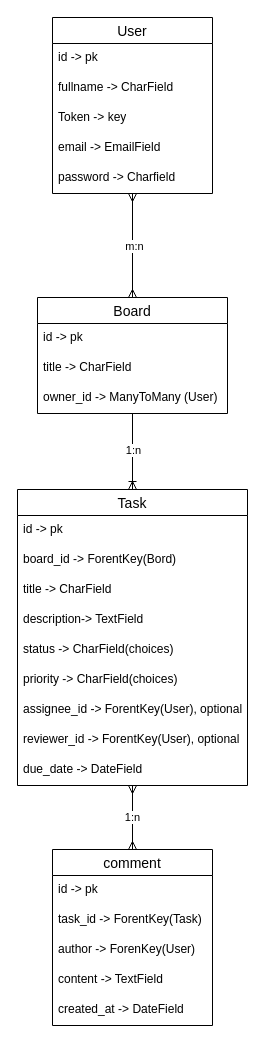
PBiebert/KanMind_Backend keeps this draw.io diagram as docs/er_diagramm.drawio. Above is the earlier version. Source tidied: cells renumbered, new cells numbered last; positions are measured from the earlier drawing's top-left corner, leaving out a move shared by most shapes. Both pictures are drawn from the tidied source at 100%, with x=0, y=0 at pixel (17, 17).
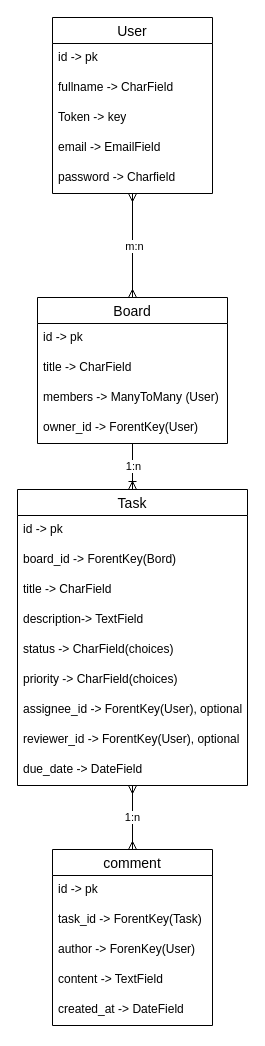
The same diagram, later.

Change to the diagram source:
```diff
@@
     <mxCell id="4" value="Board" style="swimlane;fontStyle=0;horizontal=1;startSize=26;align=center;fontSize=14;" parent="1" vertex="1">
-      <mxGeometry x="20" y="280" width="190" height="116" as="geometry" />
+      <mxGeometry x="20" y="280" width="190" height="146" as="geometry" />
     </mxCell>
@@
+    <mxCell id="33" value="members -&amp;gt; ManyToMany (User)&lt;div&gt;&lt;br&gt;&lt;/div&gt;" style="text;strokeColor=none;fillColor=none;spacingLeft=4;spacingRight=4;overflow=hidden;fontSize=12;whiteSpace=wrap;html=1;" parent="4" vertex="1">
+      <mxGeometry y="86" width="190" height="30" as="geometry" />
+    </mxCell>
-    <mxCell id="7" value="owner_id -&amp;gt; ManyToMany (User)&lt;div&gt;&lt;br&gt;&lt;/div&gt;" style="text;strokeColor=none;fillColor=none;spacingLeft=4;spacingRight=4;overflow=hidden;fontSize=12;whiteSpace=wrap;html=1;" parent="4" vertex="1">
-      <mxGeometry y="86" width="190" height="30" as="geometry" />
+    <mxCell id="7" value="owner_id -&amp;gt; ForentKey(User)&lt;div&gt;&lt;br&gt;&lt;/div&gt;" style="text;strokeColor=none;fillColor=none;spacingLeft=4;spacingRight=4;overflow=hidden;fontSize=12;whiteSpace=wrap;html=1;" parent="4" vertex="1">
+      <mxGeometry y="116" width="190" height="30" as="geometry" />
     </mxCell>
```
